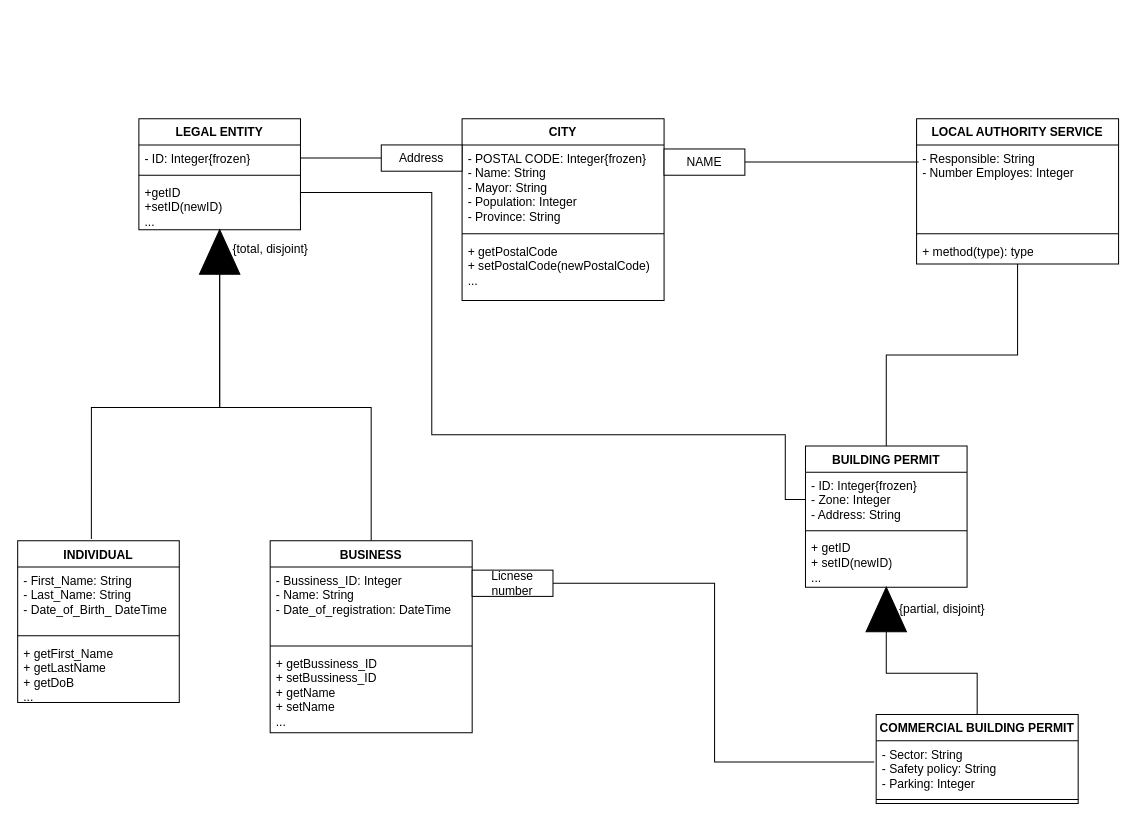
This is question2.drawio from fragolaTJ/TTtrak, a draw.io file, before an edit. Source tidied: cells renumbered, new cells numbered last; positions are measured from the earlier drawing's top-left corner, leaving out a move shared by most shapes. Both pictures are drawn from the tidied source at 101%, with x=0, y=0 at pixel (17, 118).
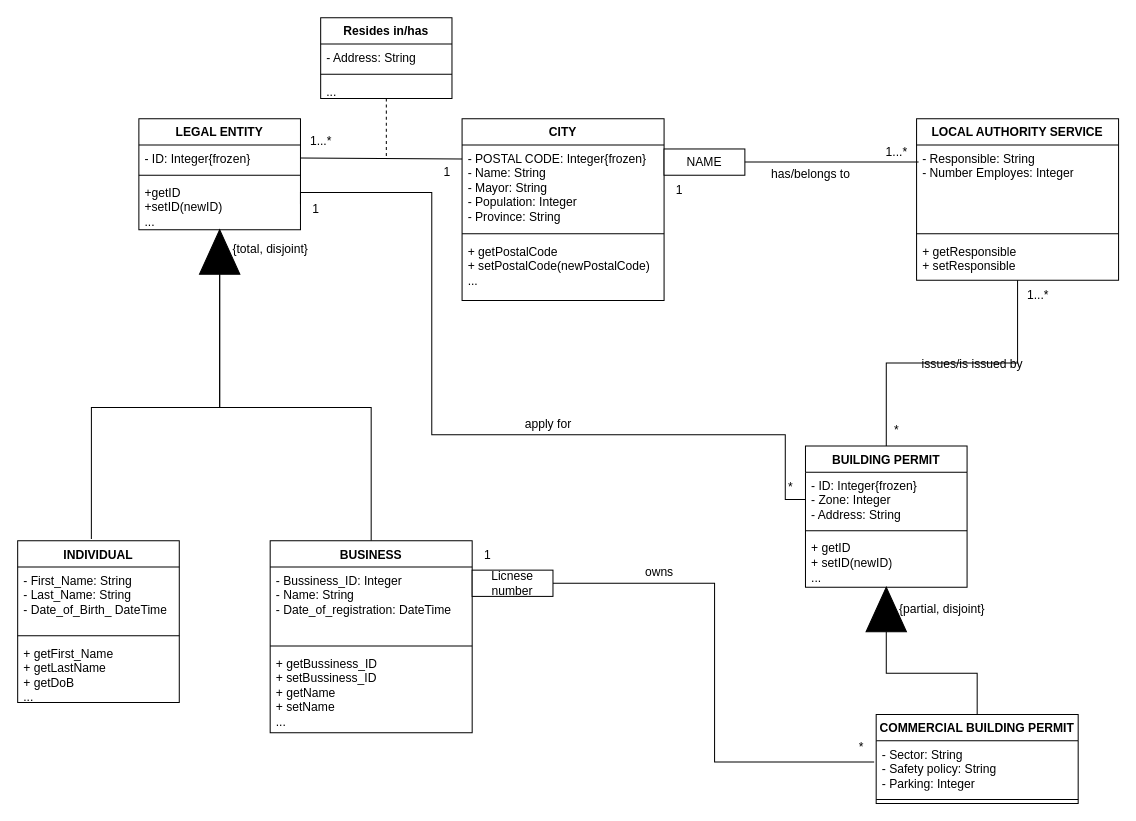
After the change.

Unchanged cells that the change refers to:
```xml
<mxCell id="3" value="- ID: Integer{frozen}" style="text;strokeColor=none;fillColor=none;align=left;verticalAlign=top;spacingLeft=4;spacingRight=4;overflow=hidden;points=[[0,0.5],[1,0.5]];portConstraint=eastwest;whiteSpace=wrap;html=1;" parent="2" vertex="1">
  <mxGeometry y="26" width="160" height="26" as="geometry" />
</mxCell>
```

Change to the diagram source:
```diff
@@
     <mxCell id="31" value="LOCAL AUTHORITY SERVICE" style="swimlane;fontStyle=1;align=center;verticalAlign=top;horizontal=1;startSize=26;whiteSpace=wrap;html=1;" parent="1" vertex="1">
-      <mxGeometry x="890" width="200" height="144" as="geometry" />
+      <mxGeometry x="890" width="200" height="160" as="geometry" />
     </mxCell>
@@
-    <mxCell id="34" value="+ method(type): type" style="text;strokeColor=none;fillColor=none;align=left;verticalAlign=top;spacingLeft=4;spacingRight=4;overflow=hidden;whiteSpace=wrap;html=1;" parent="31" vertex="1">
-      <mxGeometry y="118" width="200" height="26" as="geometry" />
+    <mxCell id="34" value="&lt;div&gt;+ getResponsible&lt;/div&gt;&lt;div&gt;+ setResponsible&lt;br&gt;&lt;/div&gt;" style="text;strokeColor=none;fillColor=none;align=left;verticalAlign=top;spacingLeft=4;spacingRight=4;overflow=hidden;whiteSpace=wrap;html=1;" parent="31" vertex="1">
+      <mxGeometry y="118" width="200" height="42" as="geometry" />
     </mxCell>
-    <mxCell id="35" style="edgeStyle=orthogonalEdgeStyle;rounded=0;jettySize=auto;html=1;exitX=0;exitY=0.5;exitDx=0;exitDy=0;entryX=1;entryY=0.5;entryDx=0;entryDy=0;endArrow=none;endFill=0;" parent="1" edge="1" source="36" target="3">
-      <mxGeometry relative="1" as="geometry" />
+    <mxCell id="35" style="rounded=0;jettySize=auto;html=1;entryX=1;entryY=0.5;entryDx=0;entryDy=0;endArrow=none;endFill=0;" parent="1" edge="1" target="3">
+      <mxGeometry relative="1" as="geometry">
+        <mxPoint x="440" y="40" as="sourcePoint" />
+      </mxGeometry>
     </mxCell>
-    <mxCell id="36" value="Address" style="rounded=0;whiteSpace=wrap;html=1;" parent="1" vertex="1">
-      <mxGeometry x="360" y="26" width="80" height="26" as="geometry" />
-    </mxCell>
@@
+    <mxCell id="44" style="rounded=0;jettySize=auto;html=1;exitX=0.5;exitY=1;exitDx=0;exitDy=0;endArrow=none;endFill=0;dashed=1;" parent="1" edge="1" source="45">
+      <mxGeometry relative="1" as="geometry">
+        <mxPoint x="365" y="40" as="targetPoint" />
+      </mxGeometry>
+    </mxCell>
+    <mxCell id="45" value="Resides in/has" style="swimlane;fontStyle=1;align=center;verticalAlign=top;horizontal=1;startSize=26;whiteSpace=wrap;html=1;" parent="1" vertex="1">
+      <mxGeometry x="300" y="-100" width="130" height="80" as="geometry" />
+    </mxCell>
+    <mxCell id="46" value="- Address: String" style="text;strokeColor=none;fillColor=none;align=left;verticalAlign=top;spacingLeft=4;spacingRight=4;overflow=hidden;whiteSpace=wrap;html=1;" parent="45" vertex="1">
+      <mxGeometry y="26" width="130" height="26" as="geometry" />
+    </mxCell>
+    <mxCell id="47" style="line;strokeWidth=1;fillColor=none;align=left;verticalAlign=middle;spacingTop=-1;spacingLeft=3;spacingRight=3;labelPosition=right;strokeColor=inherit;" parent="45" vertex="1">
+      <mxGeometry y="52" width="130" height="8" as="geometry" />
+    </mxCell>
+    <mxCell id="48" value="..." style="text;strokeColor=none;fillColor=none;align=left;verticalAlign=top;spacingLeft=4;spacingRight=4;overflow=hidden;whiteSpace=wrap;html=1;" parent="45" vertex="1">
+      <mxGeometry y="60" width="130" height="20" as="geometry" />
+    </mxCell>
+    <mxCell id="49" value="1...*" style="text;html=1;align=center;verticalAlign=middle;strokeColor=none;fillColor=none;" parent="1" vertex="1">
+      <mxGeometry x="280" y="8" width="40" height="30" as="geometry" />
+    </mxCell>
+    <mxCell id="50" value="1...*" style="text;html=1;align=center;verticalAlign=middle;strokeColor=none;fillColor=none;" parent="1" vertex="1">
+      <mxGeometry x="850" y="18" width="40" height="30" as="geometry" />
+    </mxCell>
+    <mxCell id="51" value="1...*" style="text;html=1;align=center;verticalAlign=middle;strokeColor=none;fillColor=none;" parent="1" vertex="1">
+      <mxGeometry x="990" y="160" width="40" height="30" as="geometry" />
+    </mxCell>
+    <mxCell id="52" value="*" style="text;html=1;align=center;verticalAlign=middle;strokeColor=none;fillColor=none;" parent="1" vertex="1">
+      <mxGeometry x="820" y="608" width="30" height="30" as="geometry" />
+    </mxCell>
+    <mxCell id="53" value="*" style="text;html=1;align=center;verticalAlign=middle;strokeColor=none;fillColor=none;" parent="1" vertex="1">
+      <mxGeometry x="750" y="350" width="30" height="30" as="geometry" />
+    </mxCell>
+    <mxCell id="54" value="*" style="text;html=1;align=center;verticalAlign=middle;strokeColor=none;fillColor=none;" parent="1" vertex="1">
+      <mxGeometry x="855" y="294" width="30" height="30" as="geometry" />
+    </mxCell>
+    <mxCell id="55" value="1" style="text;html=1;align=center;verticalAlign=middle;strokeColor=none;fillColor=none;" parent="1" vertex="1">
+      <mxGeometry x="280" y="75" width="30" height="30" as="geometry" />
+    </mxCell>
+    <mxCell id="56" value="1" style="text;html=1;align=center;verticalAlign=middle;strokeColor=none;fillColor=none;" parent="1" vertex="1">
+      <mxGeometry x="450" y="417" width="30" height="30" as="geometry" />
+    </mxCell>
+    <mxCell id="57" value="1" style="text;html=1;align=center;verticalAlign=middle;strokeColor=none;fillColor=none;" parent="1" vertex="1">
+      <mxGeometry x="410" y="38" width="30" height="30" as="geometry" />
+    </mxCell>
+    <mxCell id="58" value="1" style="text;html=1;align=center;verticalAlign=middle;strokeColor=none;fillColor=none;" parent="1" vertex="1">
+      <mxGeometry x="640" y="56" width="30" height="30" as="geometry" />
+    </mxCell>
+    <mxCell id="59" value="apply for" style="text;html=1;align=center;verticalAlign=middle;strokeColor=none;fillColor=none;" parent="1" vertex="1">
+      <mxGeometry x="490" y="288" width="70" height="30" as="geometry" />
+    </mxCell>
+    <mxCell id="60" value="has/belongs to" style="text;html=1;align=center;verticalAlign=middle;strokeColor=none;fillColor=none;" parent="1" vertex="1">
+      <mxGeometry x="730" y="40" width="110" height="30" as="geometry" />
+    </mxCell>
+    <mxCell id="61" value="owns" style="text;html=1;align=center;verticalAlign=middle;strokeColor=none;fillColor=none;" parent="1" vertex="1">
+      <mxGeometry x="610" y="434" width="50" height="30" as="geometry" />
+    </mxCell>
+    <mxCell id="62" value="issues/is issued by" style="text;html=1;align=center;verticalAlign=middle;strokeColor=none;fillColor=none;" parent="1" vertex="1">
+      <mxGeometry x="880" y="228" width="130" height="30" as="geometry" />
+    </mxCell>
```
